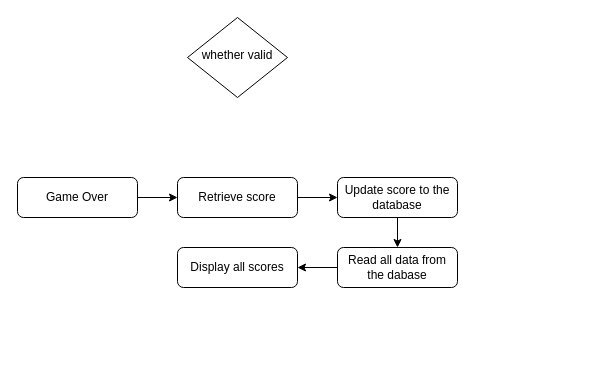
The draw.io diagram flowchart.drawio in shitanshiwoerzi/test, before the edit. Source tidied: cells renumbered, new cells numbered last; positions are measured from the earlier drawing's top-left corner, leaving out a move shared by most shapes. Both pictures are drawn from the tidied source at 100%, with x=0, y=0 at pixel (17, 17).
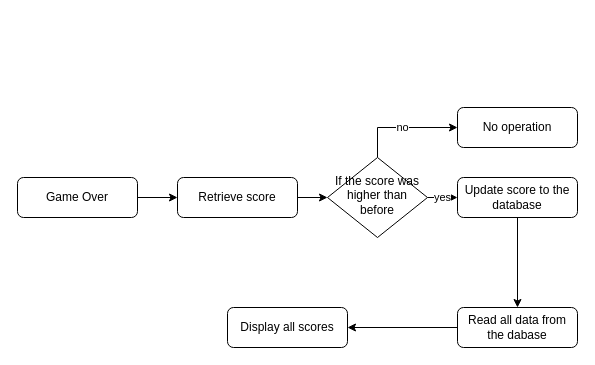
Above is the later version.

Change to the diagram source:
```diff
@@
 <mxGraphModel>
   <root>
     <mxCell id="0" />
     <mxCell id="1" parent="0" />
+    <mxCell id="12" value="yes" style="edgeStyle=orthogonalEdgeStyle;rounded=0;jettySize=auto;html=1;" parent="1" edge="1" source="2" target="8">
+      <mxGeometry relative="1" as="geometry" />
+    </mxCell>
+    <mxCell id="13" value="no" style="edgeStyle=orthogonalEdgeStyle;rounded=0;jettySize=auto;html=1;entryX=0;entryY=0.5;entryDx=0;entryDy=0;" parent="1" edge="1" source="2" target="15">
+      <mxGeometry relative="1" as="geometry">
+        <Array as="points">
+          <mxPoint x="360" y="110" />
+        </Array>
+      </mxGeometry>
+    </mxCell>
-    <mxCell id="2" value="whether valid" style="rhombus;whiteSpace=wrap;html=1;shadow=0;fontFamily=Helvetica;fontSize=12;align=center;strokeWidth=1;spacing=6;spacingTop=-4;" parent="1" vertex="1">
-      <mxGeometry x="170" width="100" height="80" as="geometry" />
+    <mxCell id="2" value="If the score was higher than before" style="rhombus;whiteSpace=wrap;html=1;shadow=0;fontFamily=Helvetica;fontSize=12;align=center;strokeWidth=1;spacing=6;spacingTop=-4;" parent="1" vertex="1">
+      <mxGeometry x="310" y="140" width="100" height="80" as="geometry" />
     </mxCell>
     <mxCell id="3" style="edgeStyle=orthogonalEdgeStyle;rounded=0;jettySize=auto;html=1;" parent="1" edge="1" source="4" target="6">
       <mxGeometry relative="1" as="geometry" />
     </mxCell>
     <mxCell id="4" value="Game Over" style="rounded=1;whiteSpace=wrap;html=1;fontSize=12;glass=0;strokeWidth=1;shadow=0;" parent="1" vertex="1">
       <mxGeometry y="160" width="120" height="40" as="geometry" />
     </mxCell>
-    <mxCell id="5" style="edgeStyle=orthogonalEdgeStyle;rounded=0;jettySize=auto;html=1;" parent="1" edge="1" source="6" target="8">
-      <mxGeometry relative="1" as="geometry" />
-    </mxCell>
+    <mxCell id="14" style="edgeStyle=orthogonalEdgeStyle;rounded=0;jettySize=auto;html=1;" parent="1" edge="1" source="6" target="2">
+      <mxGeometry relative="1" as="geometry" />
+    </mxCell>
     <mxCell id="6" value="Retrieve score" style="rounded=1;whiteSpace=wrap;html=1;fontSize=12;glass=0;strokeWidth=1;shadow=0;" parent="1" vertex="1">
       <mxGeometry x="160" y="160" width="120" height="40" as="geometry" />
     </mxCell>
     <mxCell id="7" style="edgeStyle=orthogonalEdgeStyle;rounded=0;jettySize=auto;html=1;" parent="1" edge="1" source="8" target="11">
       <mxGeometry relative="1" as="geometry" />
     </mxCell>
     <mxCell id="8" value="Update score to the database" style="rounded=1;whiteSpace=wrap;html=1;fontSize=12;glass=0;strokeWidth=1;shadow=0;" parent="1" vertex="1">
-      <mxGeometry x="320" y="160" width="120" height="40" as="geometry" />
+      <mxGeometry x="440" y="160" width="120" height="40" as="geometry" />
     </mxCell>
     <mxCell id="9" value="Display all scores" style="rounded=1;whiteSpace=wrap;html=1;fontSize=12;glass=0;strokeWidth=1;shadow=0;" parent="1" vertex="1">
-      <mxGeometry x="160" y="230" width="120" height="40" as="geometry" />
+      <mxGeometry x="210" y="290" width="120" height="40" as="geometry" />
     </mxCell>
     <mxCell id="10" style="edgeStyle=orthogonalEdgeStyle;rounded=0;jettySize=auto;html=1;" parent="1" edge="1" source="11" target="9">
       <mxGeometry relative="1" as="geometry" />
     </mxCell>
     <mxCell id="11" value="Read all data from the dabase" style="rounded=1;whiteSpace=wrap;html=1;fontSize=12;glass=0;strokeWidth=1;shadow=0;" parent="1" vertex="1">
-      <mxGeometry x="320" y="230" width="120" height="40" as="geometry" />
+      <mxGeometry x="440" y="290" width="120" height="40" as="geometry" />
     </mxCell>
+    <mxCell id="15" value="No operation" style="rounded=1;whiteSpace=wrap;html=1;fontSize=12;glass=0;strokeWidth=1;shadow=0;" parent="1" vertex="1">
+      <mxGeometry x="440" y="90" width="120" height="40" as="geometry" />
+    </mxCell>
   </root>
 </mxGraphModel>
```
